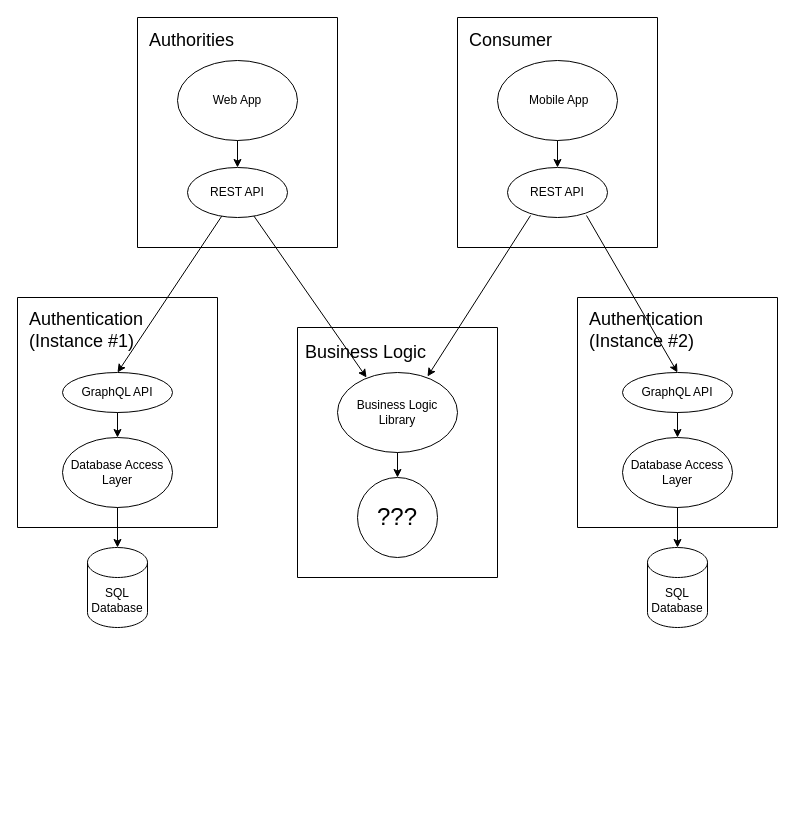
The draw.io diagram drawio/architecture-diagram.drawio in team-evian-fiicode25/.github, before the edit. Source tidied: cells renumbered, new cells numbered last; positions are measured from the earlier drawing's top-left corner, leaving out a move shared by most shapes. Both pictures are drawn from the tidied source at 100%, with x=0, y=0 at pixel (17, 17).
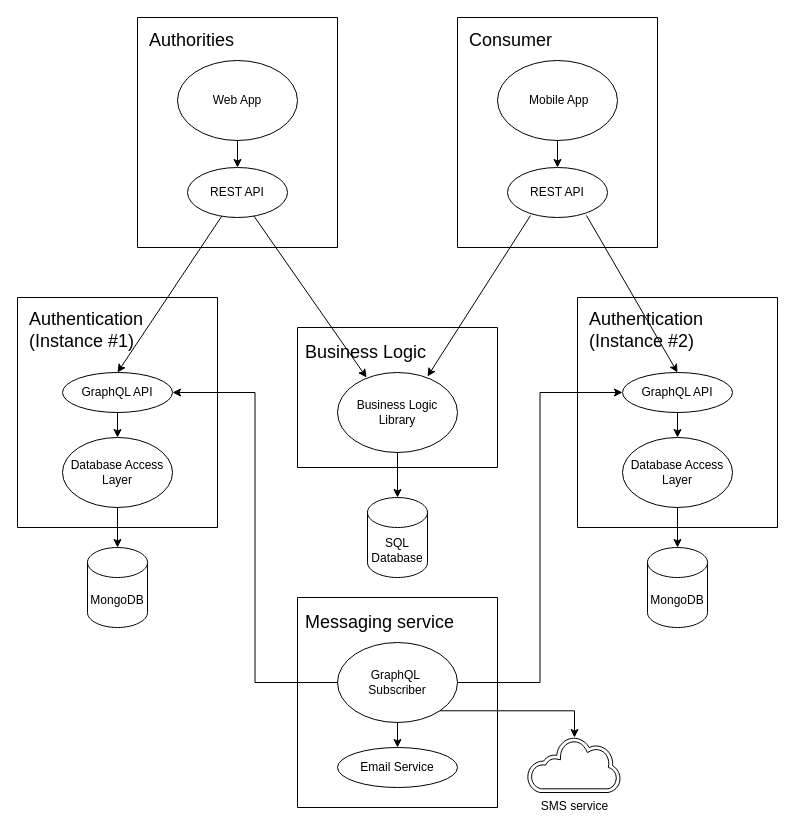
The same diagram, later.

Unchanged cells that the change refers to:
```xml
<mxCell id="4" value="&lt;font style=&quot;font-size: 12px;&quot;&gt;Business Logic&lt;/font&gt;&lt;div&gt;&lt;font style=&quot;font-size: 12px;&quot;&gt;Library&lt;/font&gt;&lt;/div&gt;" style="ellipse;whiteSpace=wrap;html=1;fillColor=none;" parent="2" vertex="1">
  <mxGeometry x="40" y="45" width="120" height="80" as="geometry" />
</mxCell>
<mxCell id="19" style="group;fillColor=none;fillStyle=hatch;" parent="1" vertex="1">
  <mxGeometry y="300" width="200" height="310" as="geometry" />
</mxCell>
<mxCell id="24" value="GraphQL API" style="ellipse;whiteSpace=wrap;html=1;fillColor=none;" parent="19" vertex="1">
  <mxGeometry x="45" y="55" width="110" height="40" as="geometry" />
</mxCell>
<mxCell id="29" style="group;fillColor=none;fillStyle=hatch;" parent="1" vertex="1">
  <mxGeometry x="560" y="300" width="200" height="310" as="geometry" />
</mxCell>
<mxCell id="34" value="GraphQL API" style="ellipse;whiteSpace=wrap;html=1;fillColor=none;" parent="29" vertex="1">
  <mxGeometry x="45" y="55" width="110" height="40" as="geometry" />
</mxCell>
```

The edit, as a diff of the source:
```diff
@@
     <mxCell id="2" style="swimlane;startSize=0;align=left;fillStyle=hatch;" parent="1" vertex="1">
-      <mxGeometry x="280" y="310" width="200" height="250" as="geometry" />
+      <mxGeometry x="280" y="310" width="200" height="140" as="geometry" />
     </mxCell>
@@
-    <mxCell id="5" value="&lt;font style=&quot;font-size: 24px;&quot;&gt;???&lt;/font&gt;" style="ellipse;whiteSpace=wrap;html=1;fillColor=none;" parent="2" vertex="1">
-      <mxGeometry x="60" y="150" width="80" height="80" as="geometry" />
-    </mxCell>
-    <mxCell id="6" style="endArrow=classic;html=1;rounded=0;exitX=0.5;exitY=1;exitDx=0;exitDy=0;entryX=0.5;entryY=0;entryDx=0;entryDy=0;" parent="2" edge="1" source="4" target="5">
-      <mxGeometry relative="1" as="geometry" />
-    </mxCell>
@@
-    <mxCell id="22" value="SQL&lt;div&gt;Database&lt;/div&gt;" style="shape=cylinder3;whiteSpace=wrap;html=1;boundedLbl=1;backgroundOutline=1;size=15;fillStyle=hatch;fillColor=none;" parent="19" vertex="1">
+    <mxCell id="22" value="Mongo&lt;span style=&quot;background-color: transparent; color: light-dark(rgb(0, 0, 0), rgb(255, 255, 255));&quot;&gt;DB&lt;/span&gt;" style="shape=cylinder3;whiteSpace=wrap;html=1;boundedLbl=1;backgroundOutline=1;size=15;fillStyle=hatch;fillColor=none;" parent="19" vertex="1">
       <mxGeometry x="70" y="230" width="60" height="80" as="geometry" />
     </mxCell>
@@
-    <mxCell id="32" value="SQL&lt;div&gt;Database&lt;/div&gt;" style="shape=cylinder3;whiteSpace=wrap;html=1;boundedLbl=1;backgroundOutline=1;size=15;fillStyle=hatch;fillColor=none;" parent="29" vertex="1">
+    <mxCell id="32" value="MongoDB" style="shape=cylinder3;whiteSpace=wrap;html=1;boundedLbl=1;backgroundOutline=1;size=15;fillStyle=hatch;fillColor=none;" parent="29" vertex="1">
       <mxGeometry x="70" y="230" width="60" height="80" as="geometry" />
     </mxCell>
@@
+    <mxCell id="37" value="SQL&lt;div&gt;Database&lt;/div&gt;" style="shape=cylinder3;whiteSpace=wrap;html=1;boundedLbl=1;backgroundOutline=1;size=15;fillColor=none;" parent="1" vertex="1">
+      <mxGeometry x="350" y="480" width="60" height="80" as="geometry" />
+    </mxCell>
+    <mxCell id="38" style="edgeStyle=orthogonalEdgeStyle;rounded=0;jettySize=auto;html=1;entryX=0.5;entryY=0;entryDx=0;entryDy=0;entryPerimeter=0;" parent="1" edge="1" source="4" target="37">
+      <mxGeometry relative="1" as="geometry" />
+    </mxCell>
+    <mxCell id="39" style="swimlane;startSize=0;align=left;fillStyle=hatch;" parent="1" vertex="1">
+      <mxGeometry x="280" y="580" width="200" height="210" as="geometry" />
+    </mxCell>
+    <mxCell id="40" value="&lt;font&gt;Messaging service&lt;/font&gt;" style="text;html=1;align=left;verticalAlign=middle;strokeColor=none;fillColor=none;fontSize=18;" parent="39" vertex="1">
+      <mxGeometry x="6" y="5" width="170" height="40" as="geometry" />
+    </mxCell>
+    <mxCell id="41" style="edgeStyle=orthogonalEdgeStyle;rounded=0;jettySize=auto;html=1;" parent="39" edge="1" source="42" target="43">
+      <mxGeometry relative="1" as="geometry" />
+    </mxCell>
+    <mxCell id="42" value="GraphQL&amp;nbsp;&lt;div&gt;Subscriber&lt;/div&gt;" style="ellipse;whiteSpace=wrap;html=1;fillColor=none;" parent="39" vertex="1">
+      <mxGeometry x="40" y="45" width="120" height="80" as="geometry" />
+    </mxCell>
+    <mxCell id="43" value="Email Service" style="ellipse;whiteSpace=wrap;html=1;fillColor=none;" parent="39" vertex="1">
+      <mxGeometry x="40" y="150" width="120" height="40" as="geometry" />
+    </mxCell>
+    <mxCell id="44" style="edgeStyle=orthogonalEdgeStyle;rounded=0;jettySize=auto;html=1;entryX=0;entryY=0.5;entryDx=0;entryDy=0;" parent="1" edge="1" source="42" target="34">
+      <mxGeometry relative="1" as="geometry" />
+    </mxCell>
+    <mxCell id="45" style="edgeStyle=orthogonalEdgeStyle;rounded=0;jettySize=auto;html=1;entryX=1;entryY=0.5;entryDx=0;entryDy=0;" parent="1" edge="1" source="42" target="24">
+      <mxGeometry relative="1" as="geometry" />
+    </mxCell>
+    <mxCell id="46" value="SMS service" style="sketch=0;shadow=0;dashed=0;html=1;strokeColor=default;fillColor=none;labelPosition=center;verticalLabelPosition=bottom;outlineConnect=0;verticalAlign=top;align=center;shape=mxgraph.office.clouds.cloud;fillStyle=solid;" parent="1" vertex="1">
+      <mxGeometry x="510" y="720" width="94" height="55" as="geometry" />
+    </mxCell>
+    <mxCell id="47" style="edgeStyle=orthogonalEdgeStyle;rounded=0;jettySize=auto;html=1;exitX=1;exitY=1;exitDx=0;exitDy=0;" parent="1" edge="1" source="42" target="46">
+      <mxGeometry relative="1" as="geometry" />
+    </mxCell>
```
